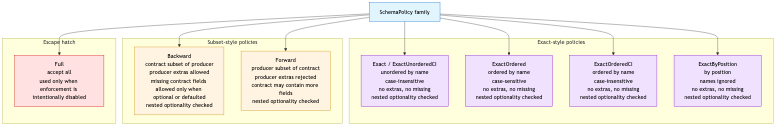
Before: paper/figures/fig02-policy-family.png, a diagram exported from Mermaid (vim89/compile-time-data-contracts). Its source is kept beside it as paper/figures/fig02-policy-family.mmd.
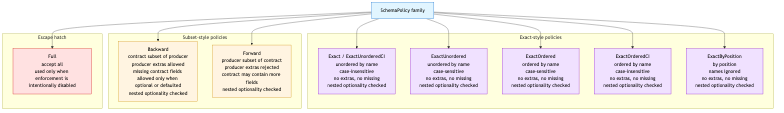
The same file after the commit.

Commit message:
document the ExactUnordered policy

The edit, as a diff of the source:
```diff
@@ -3,6 +3,7 @@
 
   subgraph EXACT["Exact-style policies"]
     EXACT_DEFAULT["Exact / ExactUnorderedCI<br/>unordered by name<br/>case-insensitive<br/>no extras, no missing<br/>nested optionality checked"]
+    EXACT_UNORDERED["ExactUnordered<br/>unordered by name<br/>case-sensitive<br/>no extras, no missing<br/>nested optionality checked"]
     EXACT_ORDERED["ExactOrdered<br/>ordered by name<br/>case-sensitive<br/>no extras, no missing<br/>nested optionality checked"]
     EXACT_ORDERED_CI["ExactOrderedCI<br/>ordered by name<br/>case-insensitive<br/>no extras, no missing<br/>nested optionality checked"]
     EXACT_POS["ExactByPosition<br/>by position<br/>names ignored<br/>no extras, no missing<br/>nested optionality checked"]
@@ -18,6 +19,7 @@
   end
 
   ROOT --> EXACT_DEFAULT
+  ROOT --> EXACT_UNORDERED
   ROOT --> EXACT_ORDERED
   ROOT --> EXACT_ORDERED_CI
   ROOT --> EXACT_POS
@@ -27,6 +29,7 @@
 
   style ROOT fill:#e1f5ff,stroke:#0066cc,color:#000
   style EXACT_DEFAULT fill:#f0e1ff,stroke:#8800cc,color:#000
+  style EXACT_UNORDERED fill:#f0e1ff,stroke:#8800cc,color:#000
   style EXACT_ORDERED fill:#f0e1ff,stroke:#8800cc,color:#000
   style EXACT_ORDERED_CI fill:#f0e1ff,stroke:#8800cc,color:#000
   style EXACT_POS fill:#f0e1ff,stroke:#8800cc,color:#000
```
